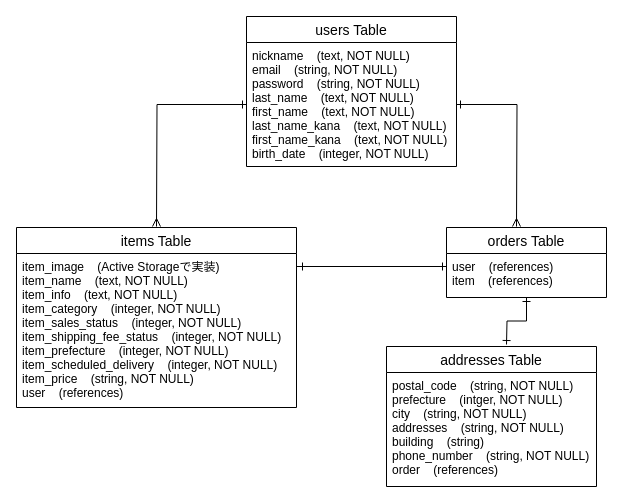
Before: tables.dio in yasufumi-ohtaka/furima-32629, a draw.io diagram. Source tidied: cells renumbered, new cells numbered last; positions are measured from the earlier drawing's top-left corner, leaving out a move shared by most shapes. Both pictures are drawn from the tidied source at 100%, with x=0, y=0 at pixel (16, 16).
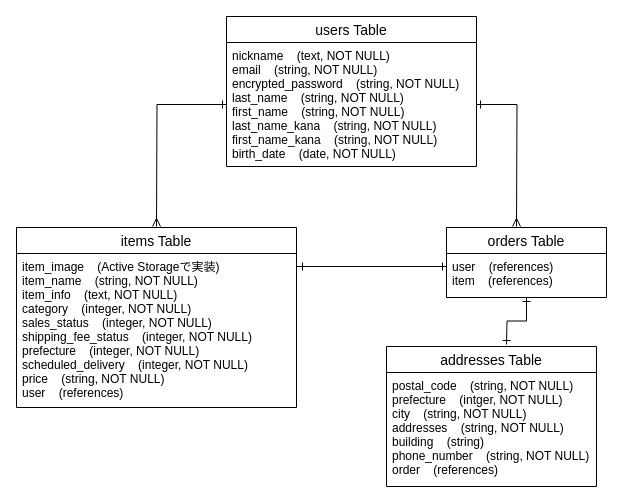
After the change.

Commit message (it also covers changes not shown here):
【依頼】README記述＆ER図　レビュー #2

前回のレビュー結果を反映

Unchanged cells that the change refers to:
```xml
<mxCell id="3" value="items Table" style="swimlane;fontStyle=0;horizontal=1;startSize=26;align=center;fontSize=14;" parent="1" vertex="1">
  <mxGeometry y="211" width="280" height="180" as="geometry" />
</mxCell>
```

The edit, as a diff of the source:
```diff
@@
-    <mxCell id="4" value="item_image    (Active Storageで実装)&#10;item_name    (text, NOT NULL)&#10;item_info    (text, NOT NULL)&#10;item_category    (integer, NOT NULL)&#10;item_sales_status    (integer, NOT NULL)&#10;item_shipping_fee_status    (integer, NOT NULL)&#10;item_prefecture    (integer, NOT NULL)&#10;item_scheduled_delivery    (integer, NOT NULL)&#10;item_price    (string, NOT NULL)&#10;user    (references)" style="text;strokeColor=none;fillColor=none;spacingLeft=4;spacingRight=4;overflow=hidden;fontSize=12;" parent="3" vertex="1">
+    <mxCell id="4" value="item_image    (Active Storageで実装)&#10;item_name    (string, NOT NULL)&#10;item_info    (text, NOT NULL)&#10;category    (integer, NOT NULL)&#10;sales_status    (integer, NOT NULL)&#10;shipping_fee_status    (integer, NOT NULL)&#10;prefecture    (integer, NOT NULL)&#10;scheduled_delivery    (integer, NOT NULL)&#10;price    (string, NOT NULL)&#10;user    (references)" style="text;strokeColor=none;fillColor=none;spacingLeft=4;spacingRight=4;overflow=hidden;fontSize=12;" parent="3" vertex="1">
       <mxGeometry y="26" width="280" height="154" as="geometry" />
     </mxCell>
@@
     <mxCell id="7" value="users Table" style="swimlane;fontStyle=0;horizontal=1;startSize=26;align=center;fontSize=14;" parent="1" vertex="1">
-      <mxGeometry x="230" width="210" height="150" as="geometry" />
+      <mxGeometry x="210" width="250" height="150" as="geometry" />
     </mxCell>
-    <mxCell id="8" value="nickname    (text, NOT NULL)&#10;email    (string, NOT NULL)&#10;password    (string, NOT NULL)&#10;last_name    (text, NOT NULL)&#10;first_name    (text, NOT NULL)&#10;last_name_kana    (text, NOT NULL)&#10;first_name_kana    (text, NOT NULL)&#10;birth_date    (integer, NOT NULL)" style="text;strokeColor=none;fillColor=none;spacingLeft=4;spacingRight=4;overflow=hidden;points=[[0,0.5],[1,0.5]];portConstraint=eastwest;fontSize=12;" parent="7" vertex="1">
-      <mxGeometry y="26" width="210" height="124" as="geometry" />
+    <mxCell id="8" value="nickname    (text, NOT NULL)&#10;email    (string, NOT NULL)&#10;encrypted_password    (string, NOT NULL)&#10;last_name    (string, NOT NULL)&#10;first_name    (string, NOT NULL)&#10;last_name_kana    (string, NOT NULL)&#10;first_name_kana    (string, NOT NULL)&#10;birth_date    (date, NOT NULL)" style="text;strokeColor=none;fillColor=none;spacingLeft=4;spacingRight=4;overflow=hidden;points=[[0,0.5],[1,0.5]];portConstraint=eastwest;fontSize=12;" parent="7" vertex="1">
+      <mxGeometry y="26" width="250" height="124" as="geometry" />
     </mxCell>
```
